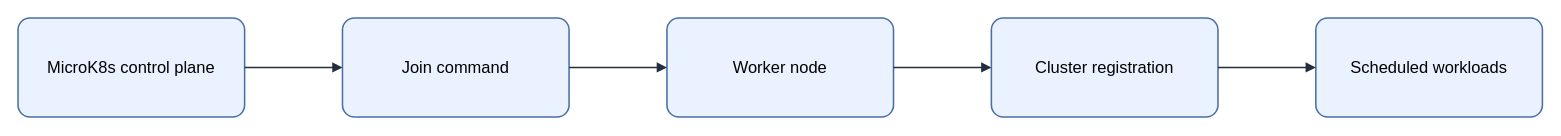
Before: assets/img/kubernetes/microk8s-worker-join.drawio in KKamJi98/kkamji98.github.io, a draw.io diagram. Source tidied: cells renumbered, new cells numbered last; positions are measured from the earlier drawing's top-left corner, leaving out a move shared by most shapes. Both pictures are drawn from the tidied source at 103%, with x=0, y=0 at pixel (18, 18).
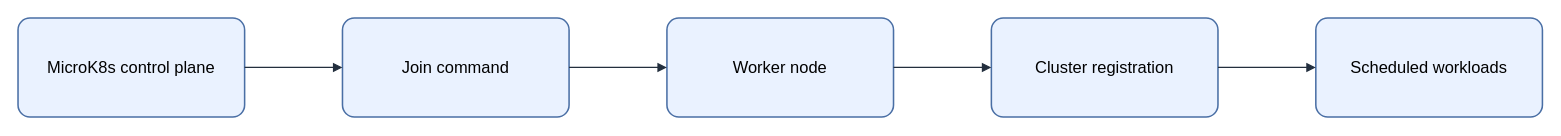
After the change.

Change to the diagram source:
```diff
@@
 <mxGraphModel background="#FFFFFF">
   <root>
     <mxCell id="0" />
     <mxCell id="1" parent="0" />
-    <mxCell id="2" value="&lt;font style=&quot;color: rgb(0, 0, 0);&quot;&gt;MicroK8s control plane&lt;/font&gt;" style="rounded=1;arcSize=12;whiteSpace=wrap;html=1;fillColor=#EAF2FF;strokeColor=#4A6FA5;strokeWidth=1.5;fontColor=#000000;fontSize=16;align=center;verticalAlign=middle;spacing=8;shadow=0;" parent="1" vertex="1">
+    <mxCell id="2" value="MicroK8s control plane" style="rounded=1;arcSize=12;whiteSpace=wrap;html=0;fillColor=#EAF2FF;strokeColor=#4A6FA5;strokeWidth=1.5;fontColor=#000000;fontSize=16;align=center;verticalAlign=middle;spacing=8;shadow=0;" parent="1" vertex="1">
       <mxGeometry width="220" height="96" as="geometry" />
     </mxCell>
-    <mxCell id="3" value="&lt;font style=&quot;color: rgb(0, 0, 0);&quot;&gt;Join command&lt;/font&gt;" style="rounded=1;arcSize=12;whiteSpace=wrap;html=1;fillColor=#EAF2FF;strokeColor=#4A6FA5;strokeWidth=1.5;fontColor=#000000;fontSize=16;align=center;verticalAlign=middle;spacing=8;shadow=0;" parent="1" vertex="1">
+    <mxCell id="3" value="Join command" style="rounded=1;arcSize=12;whiteSpace=wrap;html=0;fillColor=#EAF2FF;strokeColor=#4A6FA5;strokeWidth=1.5;fontColor=#000000;fontSize=16;align=center;verticalAlign=middle;spacing=8;shadow=0;" parent="1" vertex="1">
       <mxGeometry x="315" width="220" height="96" as="geometry" />
     </mxCell>
-    <mxCell id="4" value="&lt;font style=&quot;color: rgb(0, 0, 0);&quot;&gt;Worker node&lt;/font&gt;" style="rounded=1;arcSize=12;whiteSpace=wrap;html=1;fillColor=#EAF2FF;strokeColor=#4A6FA5;strokeWidth=1.5;fontColor=#000000;fontSize=16;align=center;verticalAlign=middle;spacing=8;shadow=0;" parent="1" vertex="1">
+    <mxCell id="4" value="Worker node" style="rounded=1;arcSize=12;whiteSpace=wrap;html=0;fillColor=#EAF2FF;strokeColor=#4A6FA5;strokeWidth=1.5;fontColor=#000000;fontSize=16;align=center;verticalAlign=middle;spacing=8;shadow=0;" parent="1" vertex="1">
       <mxGeometry x="630" width="220" height="96" as="geometry" />
     </mxCell>
-    <mxCell id="5" value="&lt;font style=&quot;color: rgb(0, 0, 0);&quot;&gt;Cluster registration&lt;/font&gt;" style="rounded=1;arcSize=12;whiteSpace=wrap;html=1;fillColor=#EAF2FF;strokeColor=#4A6FA5;strokeWidth=1.5;fontColor=#000000;fontSize=16;align=center;verticalAlign=middle;spacing=8;shadow=0;" parent="1" vertex="1">
+    <mxCell id="5" value="Cluster registration" style="rounded=1;arcSize=12;whiteSpace=wrap;html=0;fillColor=#EAF2FF;strokeColor=#4A6FA5;strokeWidth=1.5;fontColor=#000000;fontSize=16;align=center;verticalAlign=middle;spacing=8;shadow=0;" parent="1" vertex="1">
       <mxGeometry x="945" width="220" height="96" as="geometry" />
     </mxCell>
-    <mxCell id="6" value="&lt;font style=&quot;color: rgb(0, 0, 0);&quot;&gt;Scheduled workloads&lt;/font&gt;" style="rounded=1;arcSize=12;whiteSpace=wrap;html=1;fillColor=#EAF2FF;strokeColor=#4A6FA5;strokeWidth=1.5;fontColor=#000000;fontSize=16;align=center;verticalAlign=middle;spacing=8;shadow=0;" parent="1" vertex="1">
+    <mxCell id="6" value="Scheduled workloads" style="rounded=1;arcSize=12;whiteSpace=wrap;html=0;fillColor=#EAF2FF;strokeColor=#4A6FA5;strokeWidth=1.5;fontColor=#000000;fontSize=16;align=center;verticalAlign=middle;spacing=8;shadow=0;" parent="1" vertex="1">
       <mxGeometry x="1260" width="220" height="96" as="geometry" />
     </mxCell>
-    <mxCell id="7" style="edgeStyle=orthogonalEdgeStyle;rounded=0;jettySize=auto;html=1;endArrow=block;endFill=1;strokeColor=#232F3E;strokeWidth=1.5;fontColor=#000000;labelBackgroundColor=none;exitX=1;exitY=0.5;exitDx=0;exitDy=0;entryX=0;entryY=0.5;entryDx=0;entryDy=0;" parent="1" edge="1" source="2" target="3">
+    <mxCell id="7" style="edgeStyle=orthogonalEdgeStyle;rounded=0;jettySize=auto;html=0;endArrow=block;endFill=1;strokeColor=#232F3E;strokeWidth=1.25;fontColor=#000000;labelBackgroundColor=none;exitX=1;exitY=0.5;exitDx=0;exitDy=0;entryX=0;entryY=0.5;entryDx=0;entryDy=0;" parent="1" edge="1" source="2" target="3">
       <mxGeometry relative="1" as="geometry" />
     </mxCell>
-    <mxCell id="8" style="edgeStyle=orthogonalEdgeStyle;rounded=0;jettySize=auto;html=1;endArrow=block;endFill=1;strokeColor=#232F3E;strokeWidth=1.5;fontColor=#000000;labelBackgroundColor=none;exitX=1;exitY=0.5;exitDx=0;exitDy=0;entryX=0;entryY=0.5;entryDx=0;entryDy=0;" parent="1" edge="1" source="3" target="4">
+    <mxCell id="8" style="edgeStyle=orthogonalEdgeStyle;rounded=0;jettySize=auto;html=0;endArrow=block;endFill=1;strokeColor=#232F3E;strokeWidth=1.25;fontColor=#000000;labelBackgroundColor=none;exitX=1;exitY=0.5;exitDx=0;exitDy=0;entryX=0;entryY=0.5;entryDx=0;entryDy=0;" parent="1" edge="1" source="3" target="4">
       <mxGeometry relative="1" as="geometry" />
     </mxCell>
-    <mxCell id="9" style="edgeStyle=orthogonalEdgeStyle;rounded=0;jettySize=auto;html=1;endArrow=block;endFill=1;strokeColor=#232F3E;strokeWidth=1.5;fontColor=#000000;labelBackgroundColor=none;exitX=1;exitY=0.5;exitDx=0;exitDy=0;entryX=0;entryY=0.5;entryDx=0;entryDy=0;" parent="1" edge="1" source="4" target="5">
+    <mxCell id="9" style="edgeStyle=orthogonalEdgeStyle;rounded=0;jettySize=auto;html=0;endArrow=block;endFill=1;strokeColor=#232F3E;strokeWidth=1.25;fontColor=#000000;labelBackgroundColor=none;exitX=1;exitY=0.5;exitDx=0;exitDy=0;entryX=0;entryY=0.5;entryDx=0;entryDy=0;" parent="1" edge="1" source="4" target="5">
       <mxGeometry relative="1" as="geometry" />
     </mxCell>
-    <mxCell id="10" style="edgeStyle=orthogonalEdgeStyle;rounded=0;jettySize=auto;html=1;endArrow=block;endFill=1;strokeColor=#232F3E;strokeWidth=1.5;fontColor=#000000;labelBackgroundColor=none;exitX=1;exitY=0.5;exitDx=0;exitDy=0;entryX=0;entryY=0.5;entryDx=0;entryDy=0;" parent="1" edge="1" source="5" target="6">
+    <mxCell id="10" style="edgeStyle=orthogonalEdgeStyle;rounded=0;jettySize=auto;html=0;endArrow=block;endFill=1;strokeColor=#232F3E;strokeWidth=1.25;fontColor=#000000;labelBackgroundColor=none;exitX=1;exitY=0.5;exitDx=0;exitDy=0;entryX=0;entryY=0.5;entryDx=0;entryDy=0;" parent="1" edge="1" source="5" target="6">
       <mxGeometry relative="1" as="geometry" />
     </mxCell>
   </root>
 </mxGraphModel>
```
